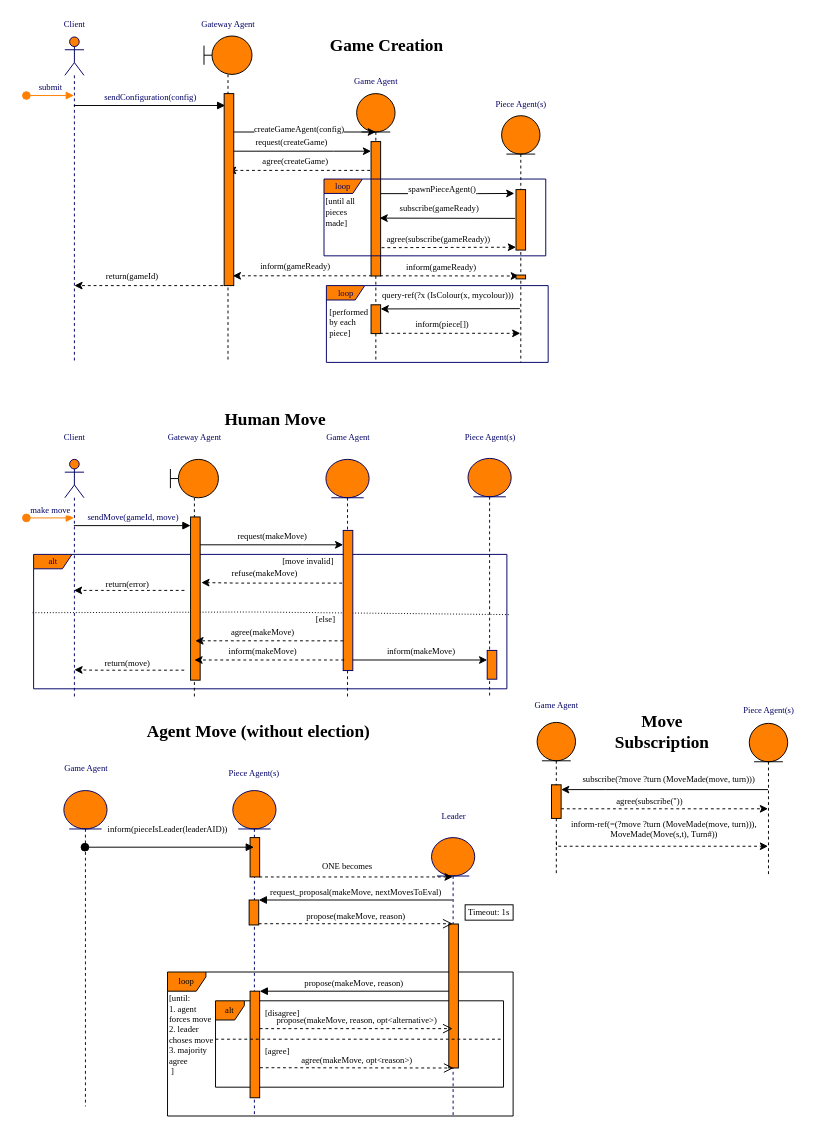
Above: page "SequenceDiagrams" (3 of 6) of Docs/design/moveprotocol.drawio in TheDuckGoesQuark/UnconventionalChess (draw.io), before the change. Source tidied: cells renumbered, new cells numbered last; positions are measured from the earlier drawing's top-left corner, leaving out a move shared by most shapes. Both pictures are drawn from the tidied source at 96%, with x=0, y=0 at pixel (24, 16).
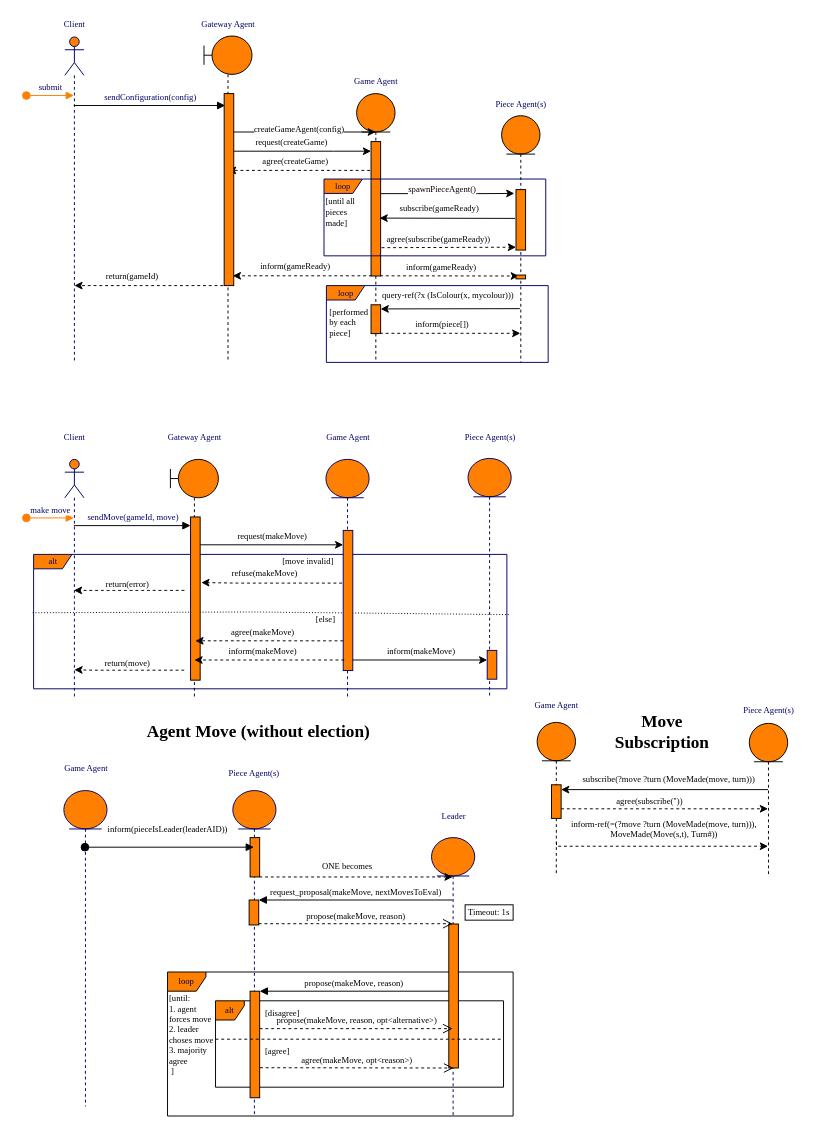
After the change.

What changed in the source:
```diff
@@
-    <mxCell id="5" value="&lt;h1&gt;Human Move&lt;/h1&gt;" style="text;html=1;strokeColor=none;fillColor=none;align=center;verticalAlign=middle;whiteSpace=wrap;rounded=0;fontFamily=Times New Roman;fontSize=9;" parent="1" vertex="1">
-      <mxGeometry x="195.5" y="410" width="131" height="20" as="geometry" />
-    </mxCell>
@@
-    <mxCell id="63" value="&lt;h1&gt;Game Creation&lt;/h1&gt;" style="text;html=1;strokeColor=none;fillColor=none;align=center;verticalAlign=middle;whiteSpace=wrap;rounded=0;fontFamily=Times New Roman;fontSize=9;" parent="1" vertex="1">
-      <mxGeometry x="312" y="20" width="131" height="20" as="geometry" />
-    </mxCell>
```
